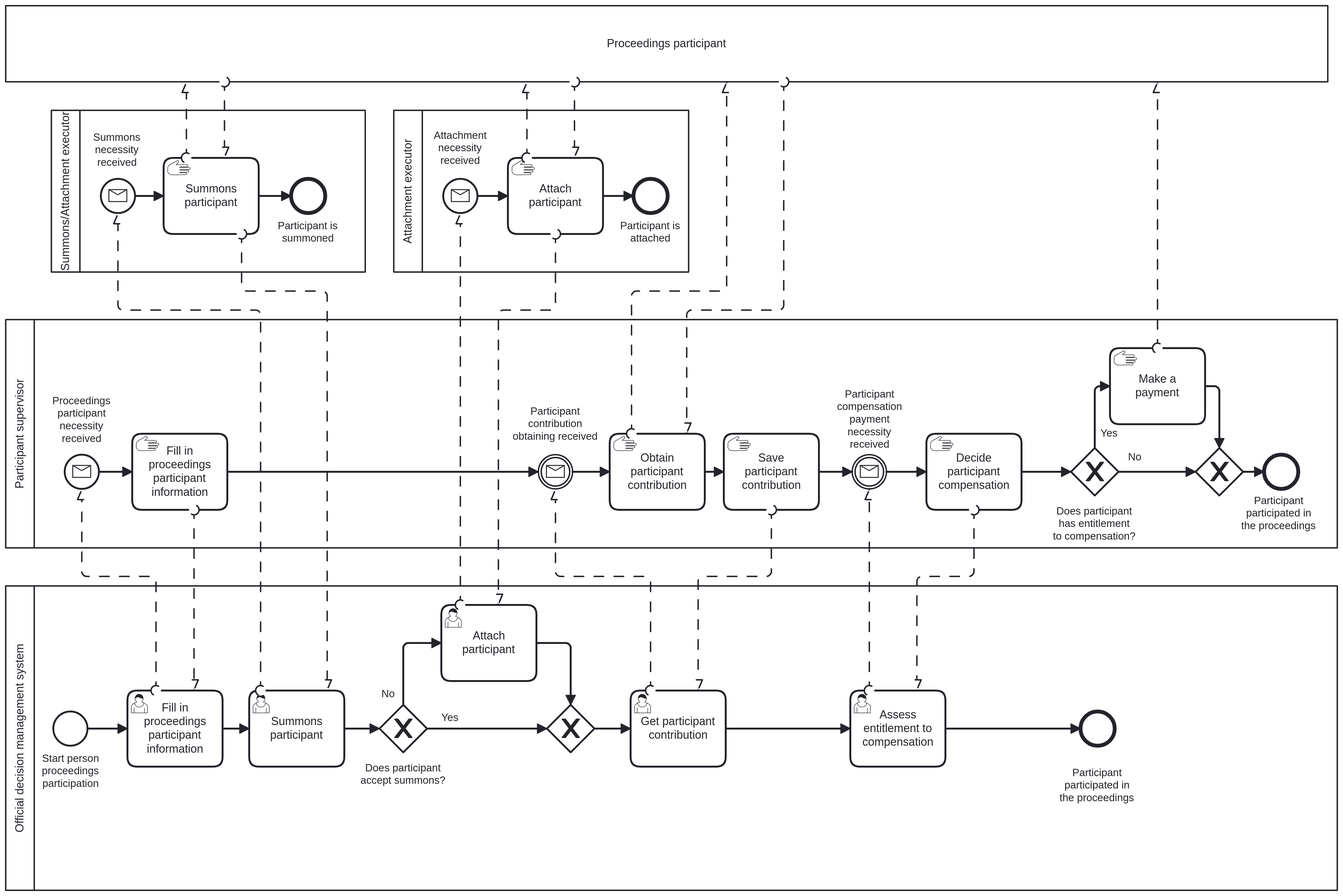
The BPMN diagram to-be-analysis/subprocesses/subprocess_proceedings_participantion.png in matouda7/tax-administration-digitization, before a commit. Its source is kept beside it as to-be-analysis/res/subprocesses/subprocess_proceedings_participantion.bpmn. Ids are renumbered.
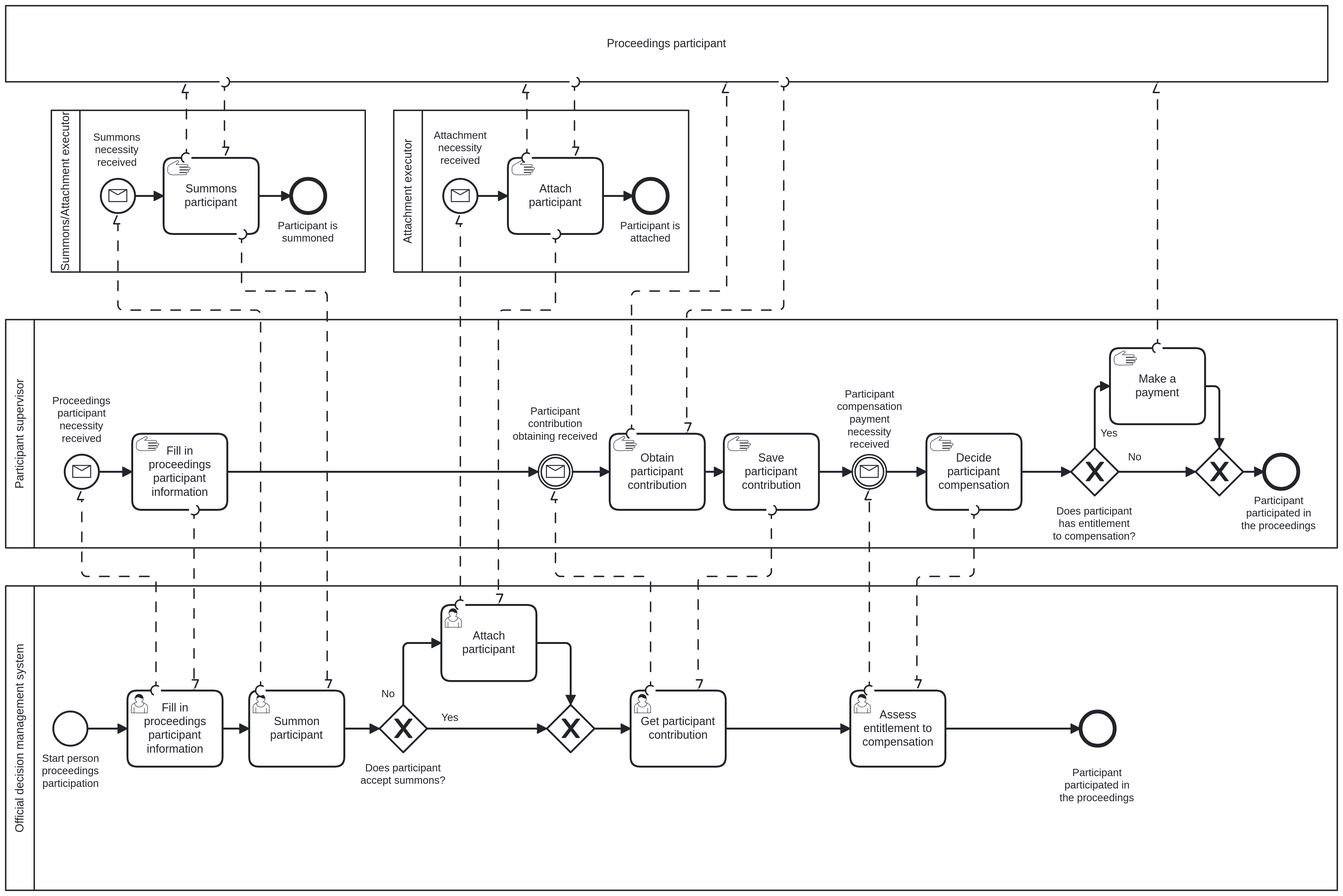
After the change.

Change to the diagram source:
```diff
@@ -131,7 +131,7 @@
       <bpmn:incoming>Flow_n76</bpmn:incoming>
       <bpmn:outgoing>Flow_n77</bpmn:outgoing>
     </bpmn:exclusiveGateway>
-    <bpmn:userTask id="Activity_n26" name="Summons participant">
+    <bpmn:userTask id="Activity_n26" name="Summon participant">
       <bpmn:incoming>Flow_n78</bpmn:incoming>
       <bpmn:outgoing>Flow_n71</bpmn:outgoing>
     </bpmn:userTask>
@@ -172,10 +172,6 @@
   </bpmn:process>
   <bpmndi:BPMNDiagram id="BPMNDiagram_1">
     <bpmndi:BPMNPlane id="BPMNPlane_1" bpmnElement="Collaboration_n2">
-      <bpmndi:BPMNShape id="BPMNShape_n86" bpmnElement="Participant_n5" isHorizontal="true">
-        <dc:Bounds x="122" y="80" width="1390" height="80" />
-        <bpmndi:BPMNLabel />
-      </bpmndi:BPMNShape>
       <bpmndi:BPMNShape id="Participant_n3_di" bpmnElement="Participant_n3" isHorizontal="true">
         <dc:Bounds x="170" y="190" width="330" height="170" />
         <bpmndi:BPMNLabel />
@@ -203,33 +199,10 @@
         <di:waypoint x="388" y="280" />
         <di:waypoint x="422" y="280" />
       </bpmndi:BPMNEdge>
-      <bpmndi:BPMNShape id="Participant_n10_di" bpmnElement="Participant_n10" isHorizontal="true">
-        <dc:Bounds x="530" y="190" width="310" height="170" />
+      <bpmndi:BPMNShape id="BPMNShape_n86" bpmnElement="Participant_n5" isHorizontal="true">
+        <dc:Bounds x="122" y="80" width="1390" height="80" />
         <bpmndi:BPMNLabel />
       </bpmndi:BPMNShape>
-      <bpmndi:BPMNShape id="Event_0jof6jk_di" bpmnElement="Event_n36">
-        <dc:Bounds x="582" y="262" width="36" height="36" />
-        <bpmndi:BPMNLabel>
-          <dc:Bounds x="572" y="210" width="56" height="40" />
-        </bpmndi:BPMNLabel>
-      </bpmndi:BPMNShape>
-      <bpmndi:BPMNShape id="Activity_1xrle06_di" bpmnElement="Activity_n38">
-        <dc:Bounds x="650" y="240" width="100" height="80" />
-      </bpmndi:BPMNShape>
-      <bpmndi:BPMNShape id="Event_n84_di" bpmnElement="Event_n84">
-        <dc:Bounds x="782" y="262" width="36" height="36" />
-        <bpmndi:BPMNLabel>
-          <dc:Bounds x="768" y="305" width="64" height="27" />
-        </bpmndi:BPMNLabel>
-      </bpmndi:BPMNShape>
-      <bpmndi:BPMNEdge id="Flow_n82_di" bpmnElement="Flow_n82">
-        <di:waypoint x="618" y="280" />
-        <di:waypoint x="650" y="280" />
-      </bpmndi:BPMNEdge>
-      <bpmndi:BPMNEdge id="Flow_n83_di" bpmnElement="Flow_n83">
-        <di:waypoint x="750" y="280" />
-        <di:waypoint x="782" y="280" />
-      </bpmndi:BPMNEdge>
       <bpmndi:BPMNShape id="BPMNShape_n87" bpmnElement="Participant_n6" isHorizontal="true">
         <dc:Bounds x="122" y="410" width="1400" height="240" />
         <bpmndi:BPMNLabel />
@@ -427,6 +400,33 @@
         <di:waypoint x="879" y="840" />
         <di:waypoint x="1010" y="840" />
       </bpmndi:BPMNEdge>
+      <bpmndi:BPMNShape id="Participant_n10_di" bpmnElement="Participant_n10" isHorizontal="true">
+        <dc:Bounds x="530" y="190" width="310" height="170" />
+        <bpmndi:BPMNLabel />
+      </bpmndi:BPMNShape>
+      <bpmndi:BPMNShape id="Event_0jof6jk_di" bpmnElement="Event_n36">
+        <dc:Bounds x="582" y="262" width="36" height="36" />
+        <bpmndi:BPMNLabel>
+          <dc:Bounds x="572" y="210" width="56" height="40" />
+        </bpmndi:BPMNLabel>
+      </bpmndi:BPMNShape>
+      <bpmndi:BPMNShape id="Activity_1xrle06_di" bpmnElement="Activity_n38">
+        <dc:Bounds x="650" y="240" width="100" height="80" />
+      </bpmndi:BPMNShape>
+      <bpmndi:BPMNShape id="Event_n84_di" bpmnElement="Event_n84">
+        <dc:Bounds x="782" y="262" width="36" height="36" />
+        <bpmndi:BPMNLabel>
+          <dc:Bounds x="768" y="305" width="64" height="27" />
+        </bpmndi:BPMNLabel>
+      </bpmndi:BPMNShape>
+      <bpmndi:BPMNEdge id="Flow_n82_di" bpmnElement="Flow_n82">
+        <di:waypoint x="618" y="280" />
+        <di:waypoint x="650" y="280" />
+      </bpmndi:BPMNEdge>
+      <bpmndi:BPMNEdge id="Flow_n83_di" bpmnElement="Flow_n83">
+        <di:waypoint x="750" y="280" />
+        <di:waypoint x="782" y="280" />
+      </bpmndi:BPMNEdge>
       <bpmndi:BPMNEdge id="Flow_n12_di" bpmnElement="Flow_n12">
         <di:waypoint x="352" y="160" />
         <di:waypoint x="352" y="240" />
```
